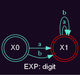
The Graphviz diagram ExRegan1/REPORTES/AFD_202100953/Afd_digit.png in Damaris-Muralles/OLC_ExRegan, before a commit. Its source is kept beside it as ExRegan1/REPORTES/AFD_202100953/Afd_digit.dot. Source of this version:
```dot
digraph finite_state_machine {
    fontcolor="White"
    bgcolor="#170920"
	fontname="Helvetica,Arial,sans-serif"
	label="EXP: digit"
	node [fontname="Helvetica,Arial,sans-serif" fontcolor="white"  color="#5ee7cd"]
	rankdir=LR;
	node [shape = doublecircle]; X0 X1[color="red"] [color="red"];
    node [shape = circle];
	X0 -> X1 [label = "a" color="#5ee7cd" fontcolor="#5ee7cd"];
	X0 -> X1 [label = "b" color="#5ee7cd" fontcolor="#5ee7cd"];
	X1 -> X1 [label = "a" color="#5ee7cd" fontcolor="#5ee7cd"];
	X1 -> X1 [label = "b" color="#5ee7cd" fontcolor="#5ee7cd"];
}
```
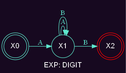
The same file after the commit.

The edit, as a diff of the source:
```diff
@@ -2,13 +2,13 @@
     fontcolor="White"
     bgcolor="#170920"
 	fontname="Helvetica,Arial,sans-serif"
-	label="EXP: digit"
+	label="EXP: DIGIT"
 	node [fontname="Helvetica,Arial,sans-serif" fontcolor="white"  color="#5ee7cd"]
 	rankdir=LR;
-	node [shape = doublecircle]; X0 X1[color="red"] [color="red"];
+	node [shape = doublecircle]; X0 X2[color="red"] [color="red"];
     node [shape = circle];
-	X0 -> X1 [label = "a" color="#5ee7cd" fontcolor="#5ee7cd"];
-	X0 -> X1 [label = "b" color="#5ee7cd" fontcolor="#5ee7cd"];
-	X1 -> X1 [label = "a" color="#5ee7cd" fontcolor="#5ee7cd"];
-	X1 -> X1 [label = "b" color="#5ee7cd" fontcolor="#5ee7cd"];
+	X0 -> X1 [label = "A" color="#5ee7cd" fontcolor="#5ee7cd"];
+	X1 -> X1 [label = "A" color="#5ee7cd" fontcolor="#5ee7cd"];
+	X1 -> X1 [label = "B" color="#5ee7cd" fontcolor="#5ee7cd"];
+	X1 -> X2 [label = "B" color="#5ee7cd" fontcolor="#5ee7cd"];
 }
```
